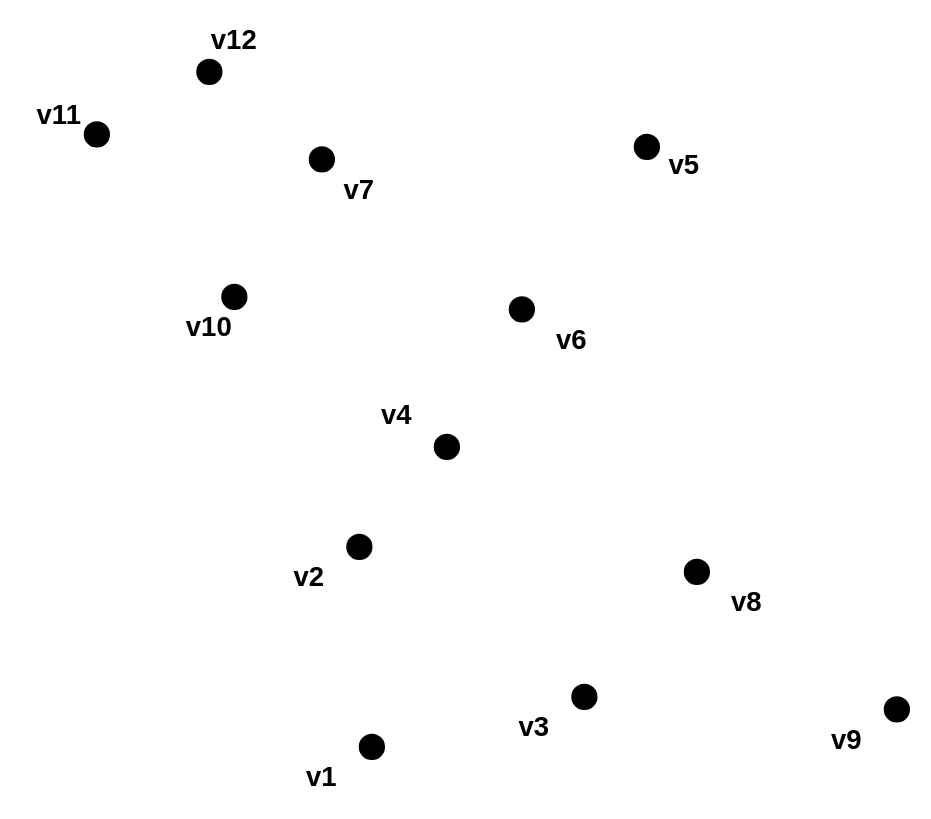
Earlier version of the draw.io diagram hypergraph.drawio (kxzhu0505/LogicSynOpt). Source tidied: cells renumbered, new cells numbered last; positions are measured from the earlier drawing's top-left corner, leaving out a move shared by most shapes. Both pictures are drawn from the tidied source at 125%, with x=0, y=0 at pixel (21, 21).
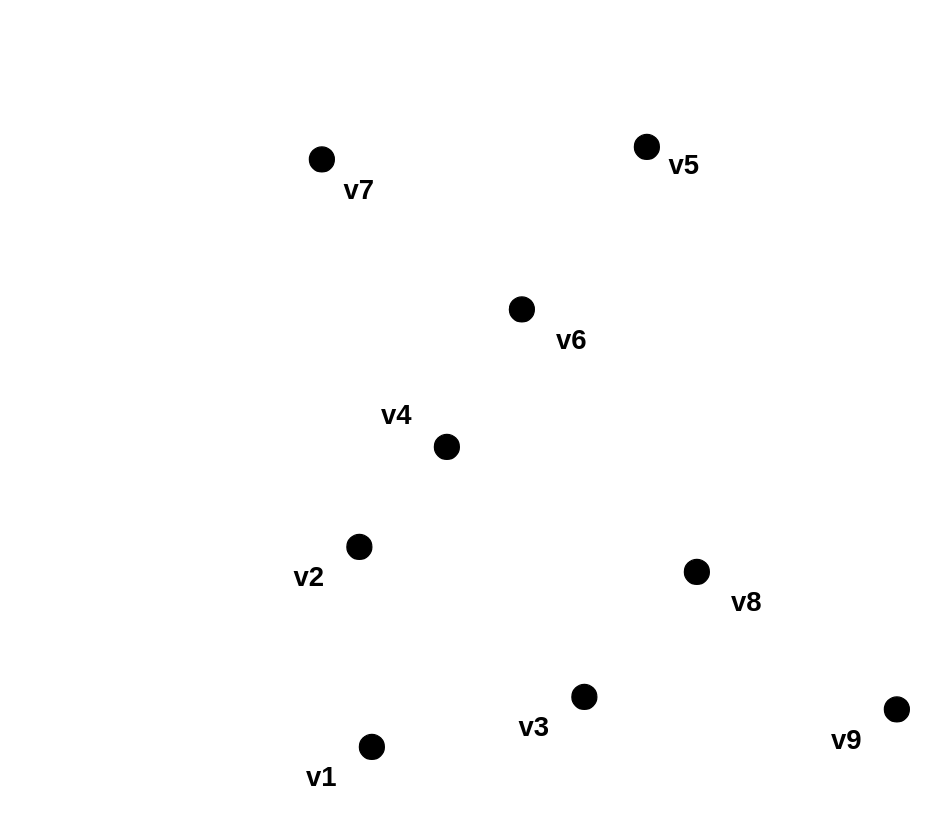
The same diagram, later.

Change to the diagram source:
```diff
@@
-    <mxCell id="2" style="ellipse;whiteSpace=wrap;html=1;fillColor=#000000;" parent="1" vertex="1">
-      <mxGeometry x="50" y="80" width="20" height="20" as="geometry" />
-    </mxCell>
-    <mxCell id="3" style="ellipse;whiteSpace=wrap;html=1;fillColor=#000000;" parent="1" vertex="1">
-      <mxGeometry x="140" y="30" width="20" height="20" as="geometry" />
-    </mxCell>
-    <mxCell id="4" style="ellipse;whiteSpace=wrap;html=1;fillColor=#000000;" parent="1" vertex="1">
-      <mxGeometry x="160" y="210" width="20" height="20" as="geometry" />
-    </mxCell>
@@
-    <mxCell id="14" value="&lt;b&gt;&lt;font style=&quot;font-size: 22px;&quot;&gt;v11&lt;/font&gt;&lt;/b&gt;" style="text;html=1;align=center;verticalAlign=middle;whiteSpace=wrap;rounded=0;" parent="1" vertex="1">
-      <mxGeometry y="60" width="60" height="30" as="geometry" />
-    </mxCell>
-    <mxCell id="15" value="&lt;b&gt;&lt;font style=&quot;font-size: 22px;&quot;&gt;v12&lt;/font&gt;&lt;/b&gt;" style="text;html=1;align=center;verticalAlign=middle;whiteSpace=wrap;rounded=0;" parent="1" vertex="1">
-      <mxGeometry x="140" width="60" height="30" as="geometry" />
-    </mxCell>
@@
-    <mxCell id="17" value="&lt;b&gt;&lt;font style=&quot;font-size: 22px;&quot;&gt;v10&lt;/font&gt;&lt;/b&gt;" style="text;html=1;align=center;verticalAlign=middle;whiteSpace=wrap;rounded=0;" parent="1" vertex="1">
-      <mxGeometry x="120" y="230" width="60" height="30" as="geometry" />
-    </mxCell>
```
